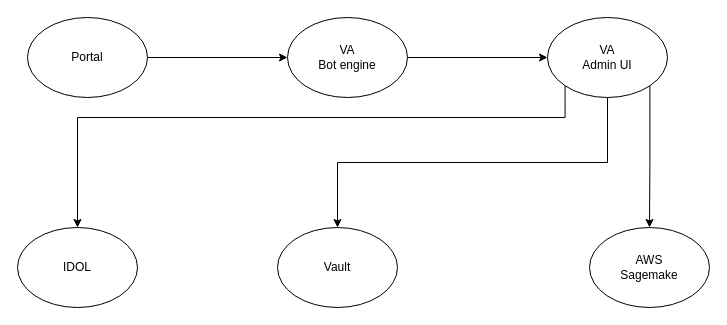
The draw.io diagram LLM/Untitled Diagram.drawio in Ice-YcY/Diagram, before the edit. Source tidied: cells renumbered, new cells numbered last; positions are measured from the earlier drawing's top-left corner, leaving out a move shared by most shapes. Both pictures are drawn from the tidied source at 100%, with x=0, y=0 at pixel (17, 17).
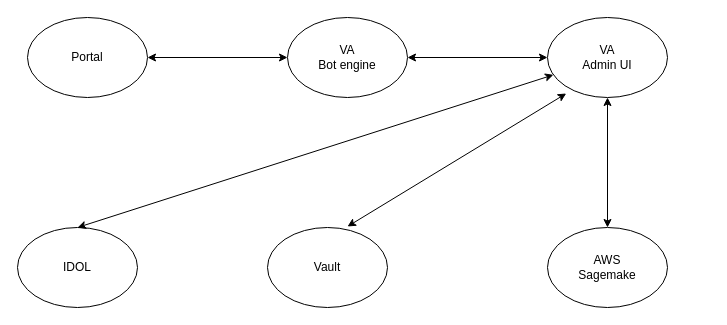
After the change.

Diff of the diagram source:
```diff
@@
 <mxGraphModel>
   <root>
     <mxCell id="0" />
     <mxCell id="1" parent="0" />
-    <mxCell id="2" style="edgeStyle=orthogonalEdgeStyle;rounded=0;jettySize=auto;html=1;exitX=1;exitY=0.5;exitDx=0;exitDy=0;" parent="1" edge="1" source="3" target="5">
-      <mxGeometry relative="1" as="geometry" />
-    </mxCell>
     <mxCell id="3" value="Portal" style="ellipse;whiteSpace=wrap;html=1;" parent="1" vertex="1">
       <mxGeometry x="10" width="120" height="80" as="geometry" />
     </mxCell>
-    <mxCell id="4" style="edgeStyle=orthogonalEdgeStyle;rounded=0;jettySize=auto;html=1;exitX=1;exitY=0.5;exitDx=0;exitDy=0;" parent="1" edge="1" source="5" target="11">
-      <mxGeometry relative="1" as="geometry" />
-    </mxCell>
     <mxCell id="5" value="VA&lt;br&gt;Bot engine" style="ellipse;whiteSpace=wrap;html=1;" parent="1" vertex="1">
       <mxGeometry x="270" width="120" height="80" as="geometry" />
     </mxCell>
     <mxCell id="6" value="IDOL" style="ellipse;whiteSpace=wrap;html=1;" parent="1" vertex="1">
       <mxGeometry y="210" width="120" height="80" as="geometry" />
     </mxCell>
     <mxCell id="7" value="Vault" style="ellipse;whiteSpace=wrap;html=1;" parent="1" vertex="1">
-      <mxGeometry x="260" y="210" width="120" height="80" as="geometry" />
+      <mxGeometry x="250" y="210" width="120" height="80" as="geometry" />
     </mxCell>
-    <mxCell id="8" style="edgeStyle=orthogonalEdgeStyle;rounded=0;jettySize=auto;html=1;exitX=0;exitY=1;exitDx=0;exitDy=0;entryX=0.5;entryY=0;entryDx=0;entryDy=0;" parent="1" edge="1" source="11" target="6">
-      <mxGeometry relative="1" as="geometry">
-        <Array as="points">
-          <mxPoint x="548" y="100" />
-          <mxPoint x="60" y="100" />
-        </Array>
-      </mxGeometry>
-    </mxCell>
-    <mxCell id="9" style="edgeStyle=orthogonalEdgeStyle;rounded=0;jettySize=auto;html=1;exitX=0.5;exitY=1;exitDx=0;exitDy=0;entryX=0.5;entryY=0;entryDx=0;entryDy=0;" parent="1" edge="1" source="11" target="7">
-      <mxGeometry relative="1" as="geometry" />
-    </mxCell>
-    <mxCell id="10" style="edgeStyle=orthogonalEdgeStyle;rounded=0;jettySize=auto;html=1;exitX=1;exitY=1;exitDx=0;exitDy=0;entryX=0.5;entryY=0;entryDx=0;entryDy=0;" parent="1" edge="1" source="11" target="12">
-      <mxGeometry relative="1" as="geometry" />
-    </mxCell>
     <mxCell id="11" value="VA&lt;br&gt;Admin UI" style="ellipse;whiteSpace=wrap;html=1;" parent="1" vertex="1">
       <mxGeometry x="530" width="120" height="80" as="geometry" />
     </mxCell>
     <mxCell id="12" value="AWS&lt;br&gt;Sagemake" style="ellipse;whiteSpace=wrap;html=1;" parent="1" vertex="1">
-      <mxGeometry x="572" y="210" width="120" height="80" as="geometry" />
+      <mxGeometry x="530" y="210" width="120" height="80" as="geometry" />
     </mxCell>
+    <mxCell id="13" style="endArrow=classic;startArrow=classic;html=1;rounded=0;entryX=0;entryY=0.5;entryDx=0;entryDy=0;" parent="1" edge="1" target="5">
+      <mxGeometry relative="1" as="geometry">
+        <mxPoint x="130" y="40" as="sourcePoint" />
+      </mxGeometry>
+    </mxCell>
+    <mxCell id="14" style="endArrow=classic;startArrow=classic;html=1;rounded=0;entryX=0;entryY=0.5;entryDx=0;entryDy=0;" parent="1" edge="1">
+      <mxGeometry relative="1" as="geometry">
+        <mxPoint x="390" y="40" as="sourcePoint" />
+        <mxPoint x="530" y="40" as="targetPoint" />
+      </mxGeometry>
+    </mxCell>
+    <mxCell id="15" style="endArrow=classic;startArrow=classic;html=1;rounded=0;exitX=0.5;exitY=0;exitDx=0;exitDy=0;" parent="1" edge="1" source="6" target="11">
+      <mxGeometry relative="1" as="geometry" />
+    </mxCell>
+    <mxCell id="16" style="endArrow=classic;startArrow=classic;html=1;rounded=0;entryX=0.156;entryY=0.95;entryDx=0;entryDy=0;entryPerimeter=0;" parent="1" edge="1" target="11">
+      <mxGeometry relative="1" as="geometry">
+        <mxPoint x="330" y="209" as="sourcePoint" />
+      </mxGeometry>
+    </mxCell>
+    <mxCell id="10" style="endArrow=classic;startArrow=classic;html=1;rounded=0;entryX=0.5;entryY=0;entryDx=0;entryDy=0;exitX=0.5;exitY=1;exitDx=0;exitDy=0;" parent="1" edge="1" source="11" target="12">
+      <mxGeometry relative="1" as="geometry" />
+    </mxCell>
   </root>
 </mxGraphModel>
```
